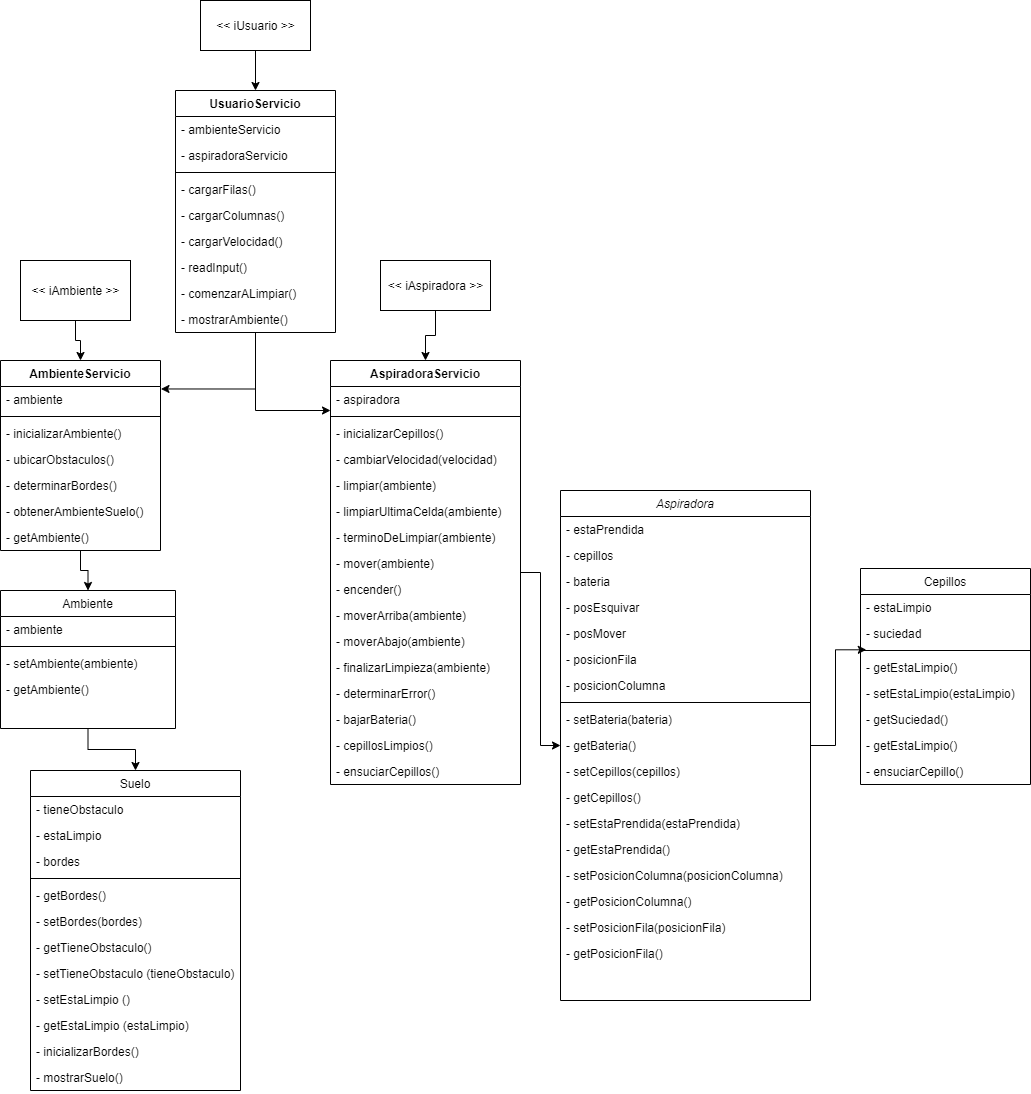
This is Aspiradora Robot - Diagrama de clases.png from preadigos/AspiradoraRobot, a draw.io export, as it was before one commit. Source tidied: cells renumbered, new cells last; positions are measured from the earlier drawing's top-left corner, leaving out a move shared by most shapes.
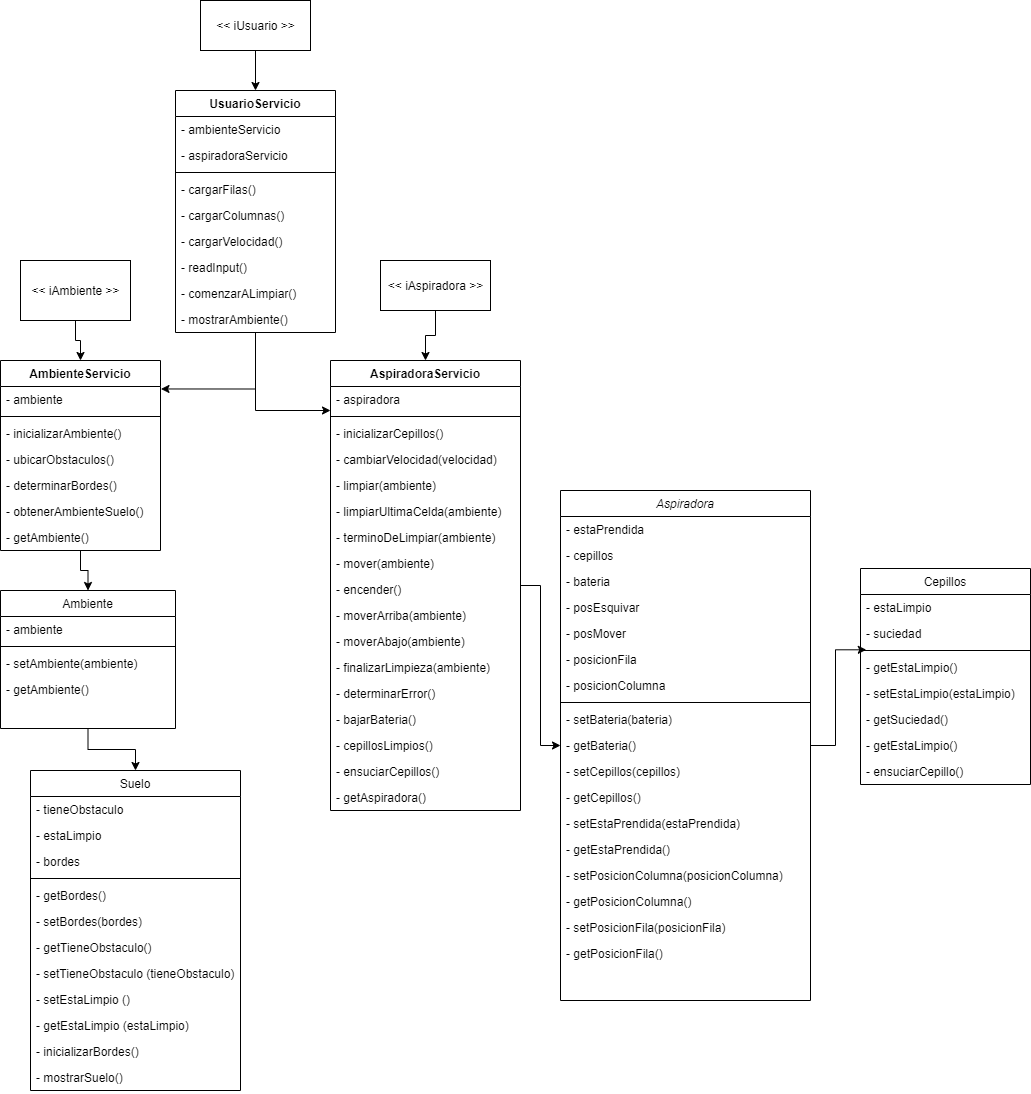
After the commit.

Commit message:
Update Diagrama de Clases

Change to the diagram source:
```diff
@@ -198,7 +198,7 @@
       <mxGeometry relative="1" as="geometry" />
     </mxCell>
     <mxCell id="67" value="AspiradoraServicio" style="swimlane;fontStyle=1;align=center;verticalAlign=top;horizontal=1;startSize=26;" parent="1" vertex="1">
-      <mxGeometry x="566" y="360" width="190" height="424" as="geometry" />
+      <mxGeometry x="566" y="360" width="190" height="450" as="geometry" />
     </mxCell>
     <mxCell id="68" value="- aspiradora" style="text;strokeColor=none;fillColor=none;align=left;verticalAlign=top;spacingLeft=4;spacingRight=4;overflow=hidden;" parent="67" vertex="1">
       <mxGeometry y="26" width="190" height="26" as="geometry" />
@@ -248,6 +248,9 @@
     <mxCell id="83" value="- ensuciarCepillos()" style="text;strokeColor=none;fillColor=none;align=left;verticalAlign=top;spacingLeft=4;spacingRight=4;overflow=hidden;" parent="67" vertex="1">
       <mxGeometry y="398" width="190" height="26" as="geometry" />
     </mxCell>
+    <mxCell id="96" value="- getAspiradora()" style="text;strokeColor=none;fillColor=none;align=left;verticalAlign=top;spacingLeft=4;spacingRight=4;overflow=hidden;" parent="67" vertex="1">
+      <mxGeometry y="424" width="190" height="26" as="geometry" />
+    </mxCell>
     <mxCell id="84" style="edgeStyle=orthogonalEdgeStyle;rounded=0;jettySize=auto;html=1;entryX=1.003;entryY=0.095;entryDx=0;entryDy=0;entryPerimeter=0;" parent="1" edge="1" source="86" target="59">
       <mxGeometry relative="1" as="geometry" />
     </mxCell>
```
